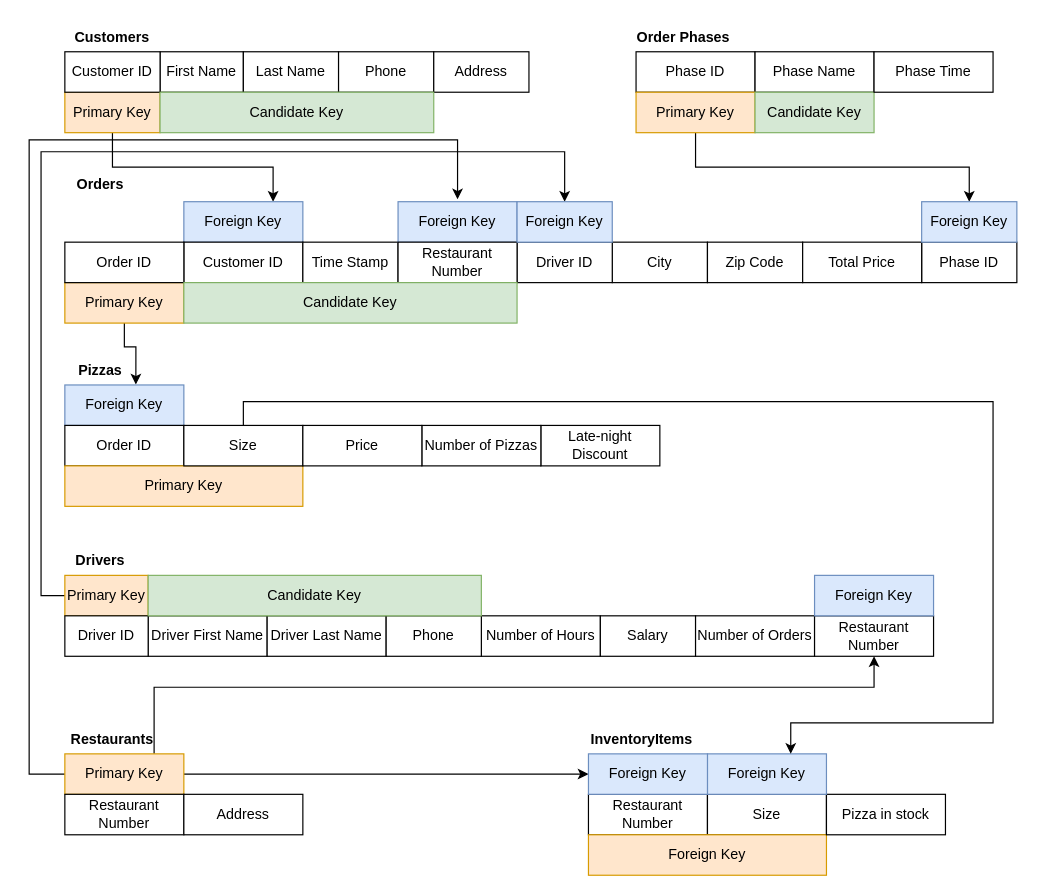
thanhnguyen210299/CSULB-CECS-323 keeps this draw.io diagram as page "Second Relation Scheme" (4 of 4) of Project01.drawio. Above is the earlier version. Source tidied: cells renumbered, new cells numbered last; positions are measured from the earlier drawing's top-left corner, leaving out a move shared by most shapes. Both pictures are drawn from the tidied source at 119%, with x=0, y=0 at pixel (29, 20).
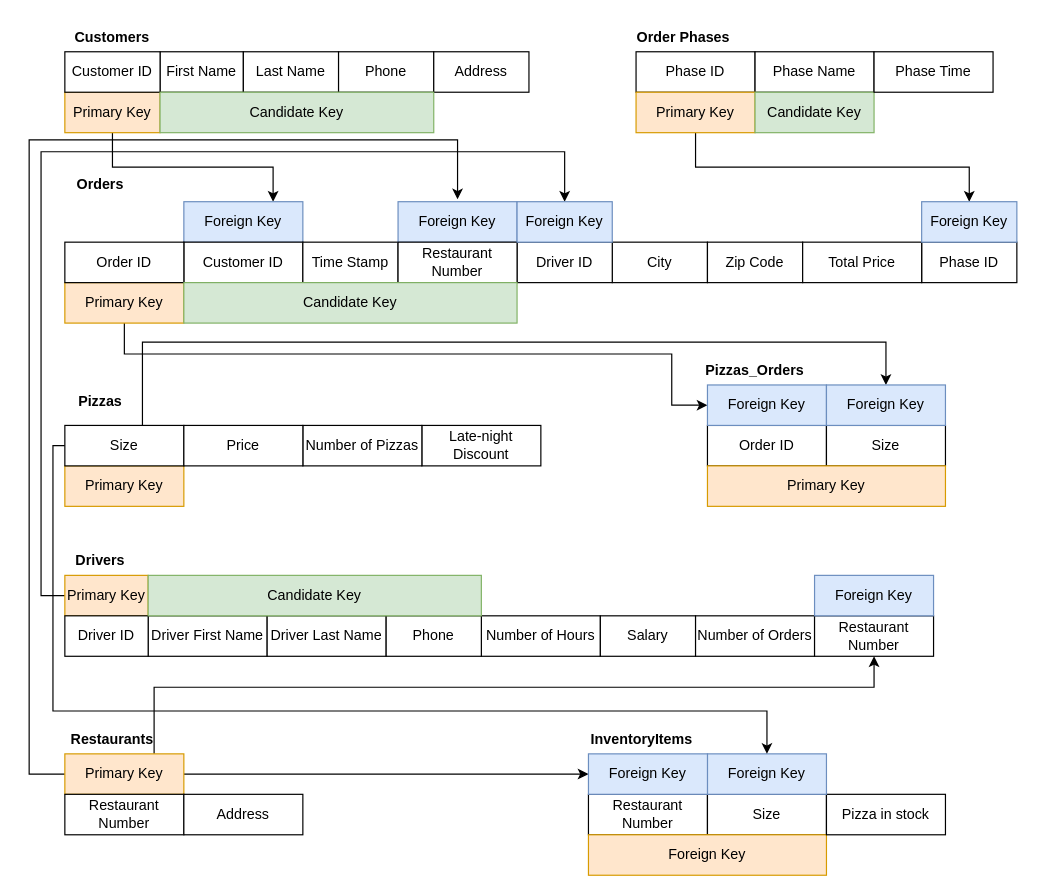
After the change.

The change refers to these unchanged cells:
```xml
<mxCell id="8" value="Primary Key" style="rounded=0;whiteSpace=wrap;html=1;fillColor=#ffe6cc;strokeColor=#d79b00;" parent="1" vertex="1">
  <mxGeometry x="30" y="220" width="100" height="34" as="geometry" />
</mxCell>
<mxCell id="50" value="Foreign Key" style="rounded=0;whiteSpace=wrap;html=1;fillColor=#dae8fc;strokeColor=#6c8ebf;" parent="1" vertex="1">
  <mxGeometry x="570" y="616" width="100" height="34" as="geometry" />
</mxCell>
```

What changed in the source:
```diff
@@
-    <mxCell id="7" style="edgeStyle=orthogonalEdgeStyle;rounded=0;jettySize=auto;html=1;exitX=0.5;exitY=1;exitDx=0;exitDy=0;entryX=0.871;entryY=0.984;entryDx=0;entryDy=0;entryPerimeter=0;" parent="1" edge="1" source="8" target="39">
-      <mxGeometry relative="1" as="geometry">
-        <Array as="points">
-          <mxPoint x="80" y="274" />
-          <mxPoint x="90" y="274" />
-        </Array>
-      </mxGeometry>
-    </mxCell>
+    <mxCell id="71" style="edgeStyle=orthogonalEdgeStyle;rounded=0;jettySize=auto;html=1;exitX=0.5;exitY=1;exitDx=0;exitDy=0;entryX=0;entryY=0.5;entryDx=0;entryDy=0;" parent="1" edge="1" source="8" target="42">
+      <mxGeometry relative="1" as="geometry">
+        <Array as="points">
+          <mxPoint x="80" y="280" />
+          <mxPoint x="540" y="280" />
+          <mxPoint x="540" y="323" />
+        </Array>
+      </mxGeometry>
+    </mxCell>
@@
     <mxCell id="39" value="Pizzas" style="text;align=center;fontStyle=1;verticalAlign=middle;spacingLeft=3;spacingRight=3;strokeColor=none;points=[[0,0.5],[1,0.5]];portConstraint=eastwest;" parent="1" vertex="1">
-      <mxGeometry x="20" y="280" width="80" height="26" as="geometry" />
+      <mxGeometry x="20" y="306" width="80" height="26" as="geometry" />
     </mxCell>
     <mxCell id="40" value="Late-night Discount" style="rounded=0;whiteSpace=wrap;html=1;" parent="1" vertex="1">
-      <mxGeometry x="430" y="340" width="100" height="34" as="geometry" />
+      <mxGeometry x="330" y="340" width="100" height="34" as="geometry" />
     </mxCell>
     <mxCell id="41" value="Number of Pizzas" style="rounded=0;whiteSpace=wrap;html=1;" parent="1" vertex="1">
-      <mxGeometry x="330" y="340" width="100" height="34" as="geometry" />
+      <mxGeometry x="230" y="340" width="100" height="34" as="geometry" />
     </mxCell>
-    <mxCell id="42" value="Foreign Key" style="rounded=0;whiteSpace=wrap;html=1;fillColor=#dae8fc;strokeColor=#6c8ebf;" parent="1" vertex="1">
-      <mxGeometry x="30" y="306" width="100" height="34" as="geometry" />
-    </mxCell>
     <mxCell id="43" value="Order ID" style="rounded=0;whiteSpace=wrap;html=1;" parent="1" vertex="1">
-      <mxGeometry x="30" y="340" width="100" height="34" as="geometry" />
+      <mxGeometry x="570" y="340" width="100" height="34" as="geometry" />
     </mxCell>
     <mxCell id="44" value="Primary Key" style="rounded=0;whiteSpace=wrap;html=1;fillColor=#ffe6cc;strokeColor=#d79b00;" parent="1" vertex="1">
-      <mxGeometry x="30" y="374" width="200" height="34" as="geometry" />
+      <mxGeometry x="30" y="374" width="100" height="34" as="geometry" />
     </mxCell>
@@
-    <mxCell id="51" style="edgeStyle=orthogonalEdgeStyle;rounded=0;jettySize=auto;html=1;exitX=0.5;exitY=0;exitDx=0;exitDy=0;" parent="1" edge="1" source="52">
-      <mxGeometry relative="1" as="geometry">
-        <mxPoint x="640" y="616" as="targetPoint" />
-        <Array as="points">
-          <mxPoint x="180" y="320" />
-          <mxPoint x="810" y="320" />
-          <mxPoint x="810" y="590" />
-          <mxPoint x="640" y="590" />
-        </Array>
-      </mxGeometry>
-    </mxCell>
+    <mxCell id="72" style="edgeStyle=orthogonalEdgeStyle;rounded=0;jettySize=auto;html=1;exitX=0.652;exitY=-0.013;exitDx=0;exitDy=0;entryX=0.5;entryY=0;entryDx=0;entryDy=0;exitPerimeter=0;" parent="1" edge="1" source="52" target="77">
+      <mxGeometry relative="1" as="geometry">
+        <Array as="points">
+          <mxPoint x="95" y="270" />
+          <mxPoint x="720" y="270" />
+        </Array>
+      </mxGeometry>
+    </mxCell>
+    <mxCell id="73" style="edgeStyle=orthogonalEdgeStyle;rounded=0;jettySize=auto;html=1;exitX=0;exitY=0.5;exitDx=0;exitDy=0;" parent="1" edge="1" source="52" target="50">
+      <mxGeometry relative="1" as="geometry">
+        <Array as="points">
+          <mxPoint x="20" y="357" />
+          <mxPoint x="20" y="580" />
+          <mxPoint x="620" y="580" />
+        </Array>
+      </mxGeometry>
+    </mxCell>
     <mxCell id="52" value="Size" style="rounded=0;whiteSpace=wrap;html=1;" parent="1" vertex="1">
-      <mxGeometry x="130" y="340" width="100" height="34" as="geometry" />
+      <mxGeometry x="30" y="340" width="100" height="34" as="geometry" />
     </mxCell>
     <mxCell id="53" value="Price" style="rounded=0;whiteSpace=wrap;html=1;" parent="1" vertex="1">
-      <mxGeometry x="230" y="340" width="100" height="34" as="geometry" />
+      <mxGeometry x="130" y="340" width="100" height="34" as="geometry" />
     </mxCell>
@@
+    <mxCell id="74" value="Size" style="rounded=0;whiteSpace=wrap;html=1;" parent="1" vertex="1">
+      <mxGeometry x="670" y="340" width="100" height="34" as="geometry" />
+    </mxCell>
+    <mxCell id="42" value="Foreign Key" style="rounded=0;whiteSpace=wrap;html=1;fillColor=#dae8fc;strokeColor=#6c8ebf;" parent="1" vertex="1">
+      <mxGeometry x="570" y="306" width="100" height="34" as="geometry" />
+    </mxCell>
+    <mxCell id="75" value="Primary Key" style="rounded=0;whiteSpace=wrap;html=1;fillColor=#ffe6cc;strokeColor=#d79b00;" parent="1" vertex="1">
+      <mxGeometry x="570" y="374" width="200" height="34" as="geometry" />
+    </mxCell>
+    <mxCell id="76" value="Pizzas_Orders" style="text;align=center;fontStyle=1;verticalAlign=middle;spacingLeft=3;spacingRight=3;strokeColor=none;" parent="1" vertex="1">
+      <mxGeometry x="570" y="280" width="80" height="26" as="geometry" />
+    </mxCell>
+    <mxCell id="77" value="Foreign Key" style="rounded=0;whiteSpace=wrap;html=1;fillColor=#dae8fc;strokeColor=#6c8ebf;" parent="1" vertex="1">
+      <mxGeometry x="670" y="306" width="100" height="34" as="geometry" />
+    </mxCell>
```
